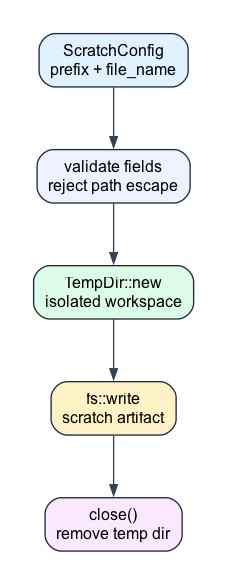
The Graphviz diagram docs/images/readme-diagrams/example-temp-resource-test-harness.png in bluetape4k/bluetape-rs-workshop, before a commit. Its source is kept beside it as docs/images/readme-diagrams/example-temp-resource-test-harness.dot. Source of this version:
```dot
digraph "temp-resource-test-harness flow" {
  graph [rankdir=TB, bgcolor="white", pad="0.35", nodesep="0.55", ranksep="0.65"];
  node [shape=box, style="rounded,filled", fontname="Arial", fontsize=12, margin="0.12,0.08", color="#1f2937", fillcolor="#f8fafc"];
  edge [fontname="Arial", fontsize=10, color="#334155", arrowsize=0.8];

  config [label="ScratchConfig\nprefix + file_name", fillcolor="#e0f2fe"];
  validate [label="validate fields\nreject path escape", fillcolor="#eef2ff"];
  temp [label="TempDir::new\nisolated workspace", fillcolor="#dcfce7"];
  file [label="fs::write\nscratch artifact", fillcolor="#fef3c7"];
  cleanup [label="close()\nremove temp dir", fillcolor="#fae8ff"];

  config -> validate;
  validate -> temp;
  temp -> file;
  file -> cleanup;
}
```
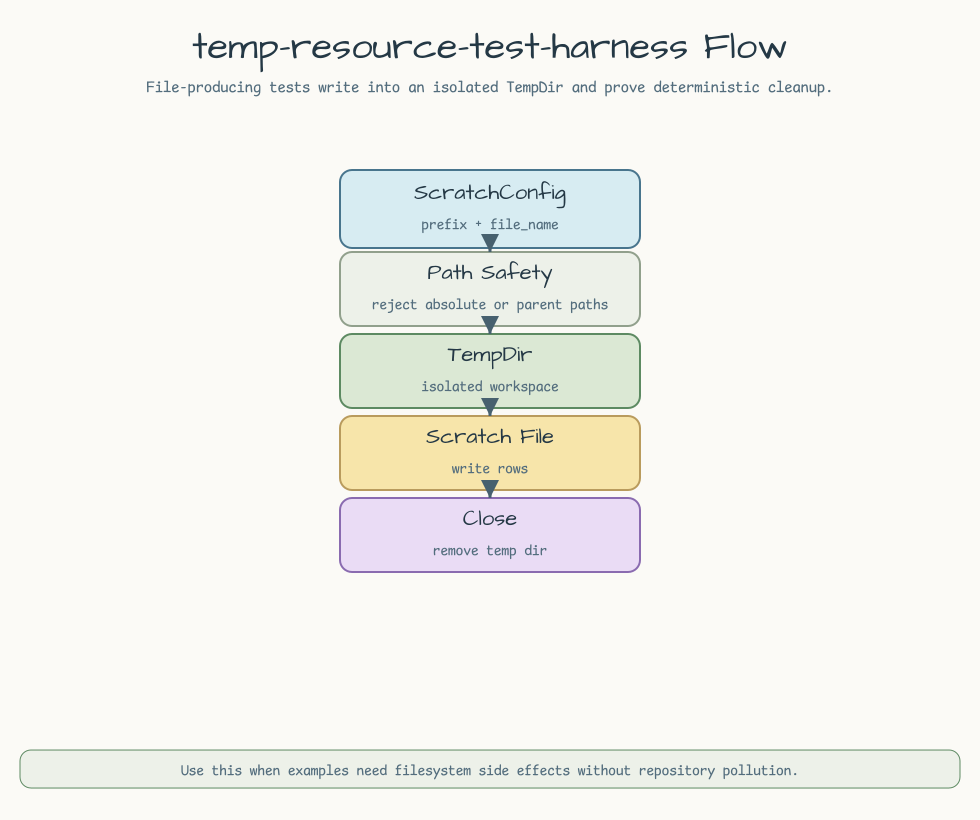
Above is the later version.

Change to the diagram source:
```diff
@@ -1,16 +1,14 @@
-digraph "temp-resource-test-harness flow" {
-  graph [rankdir=TB, bgcolor="white", pad="0.35", nodesep="0.55", ranksep="0.65"];
-  node [shape=box, style="rounded,filled", fontname="Arial", fontsize=12, margin="0.12,0.08", color="#1f2937", fillcolor="#f8fafc"];
-  edge [fontname="Arial", fontsize=10, color="#334155", arrowsize=0.8];
-
-  config [label="ScratchConfig\nprefix + file_name", fillcolor="#e0f2fe"];
-  validate [label="validate fields\nreject path escape", fillcolor="#eef2ff"];
-  temp [label="TempDir::new\nisolated workspace", fillcolor="#dcfce7"];
-  file [label="fs::write\nscratch artifact", fillcolor="#fef3c7"];
-  cleanup [label="close()\nremove temp dir", fillcolor="#fae8ff"];
-
-  config -> validate;
-  validate -> temp;
-  temp -> file;
-  file -> cleanup;
+digraph "example-temp-resource-test-harness" {
+  graph [rankdir=LR, bgcolor="#fbfaf6", margin=0.2, nodesep=0.75, ranksep=0.9];
+  node [shape=box, style="rounded,filled", fontname="Architects Daughter", fontsize=18, color="#48758d", fillcolor="#d7ecf2"];
+  edge [fontname="Comic Mono", fontsize=11, color="#47616f", fontcolor="#35505f", penwidth=2];
+  step0 [label="ScratchConfig\nprefix + file_name", fillcolor="#d7ecf2", color="#48758d"];
+  step1 [label="Path Safety\nreject absolute or parent paths", fillcolor="#edf1e9", color="#91a08c"];
+  step2 [label="TempDir\nisolated workspace", fillcolor="#dbe8d4", color="#5d8a62"];
+  step3 [label="Scratch File\nwrite rows", fillcolor="#f7e5aa", color="#b99b5d"];
+  step4 [label="Close\nremove temp dir", fillcolor="#eadcf5", color="#8a6bb0"];
+  step0 -> step1 [label="", color="#47616f", fontcolor="#47616f"];
+  step1 -> step2 [label="", color="#47616f", fontcolor="#47616f"];
+  step2 -> step3 [label="", color="#47616f", fontcolor="#47616f"];
+  step3 -> step4 [label="", color="#47616f", fontcolor="#47616f"];
 }
```
